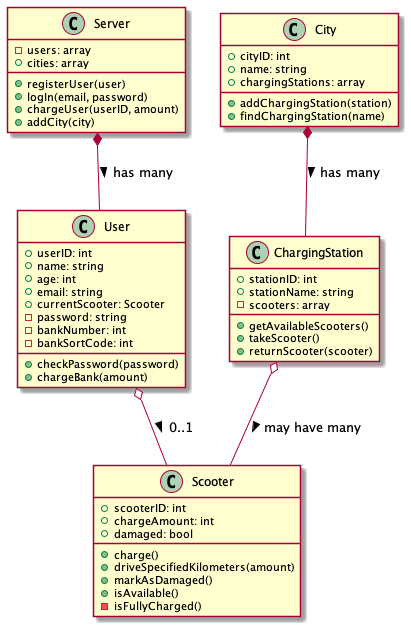
This is assignments/scooter_hire/uml/class_diagram.png from mylesgordon/bootcamp_examples, a PlantUML export, as it was before one commit.
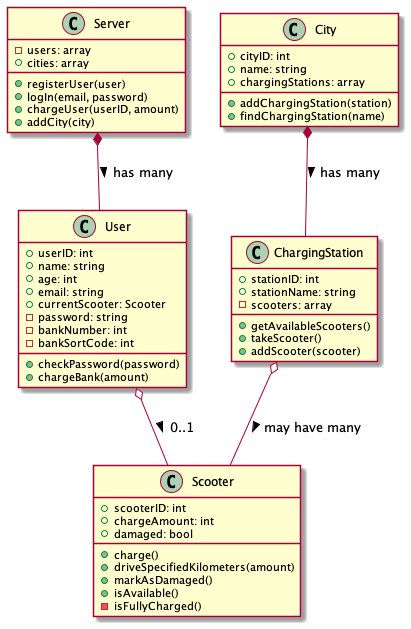
Above is the later version.

Commit message:
Scooter: rename returnScooter to addScooter

Diff of the diagram source:
```diff
@@ -38,7 +38,7 @@
     - scooters: array
     + getAvailableScooters()
     + takeScooter()
-    + returnScooter(scooter)
+    + addScooter(scooter)
 }
 
 class City {
```
